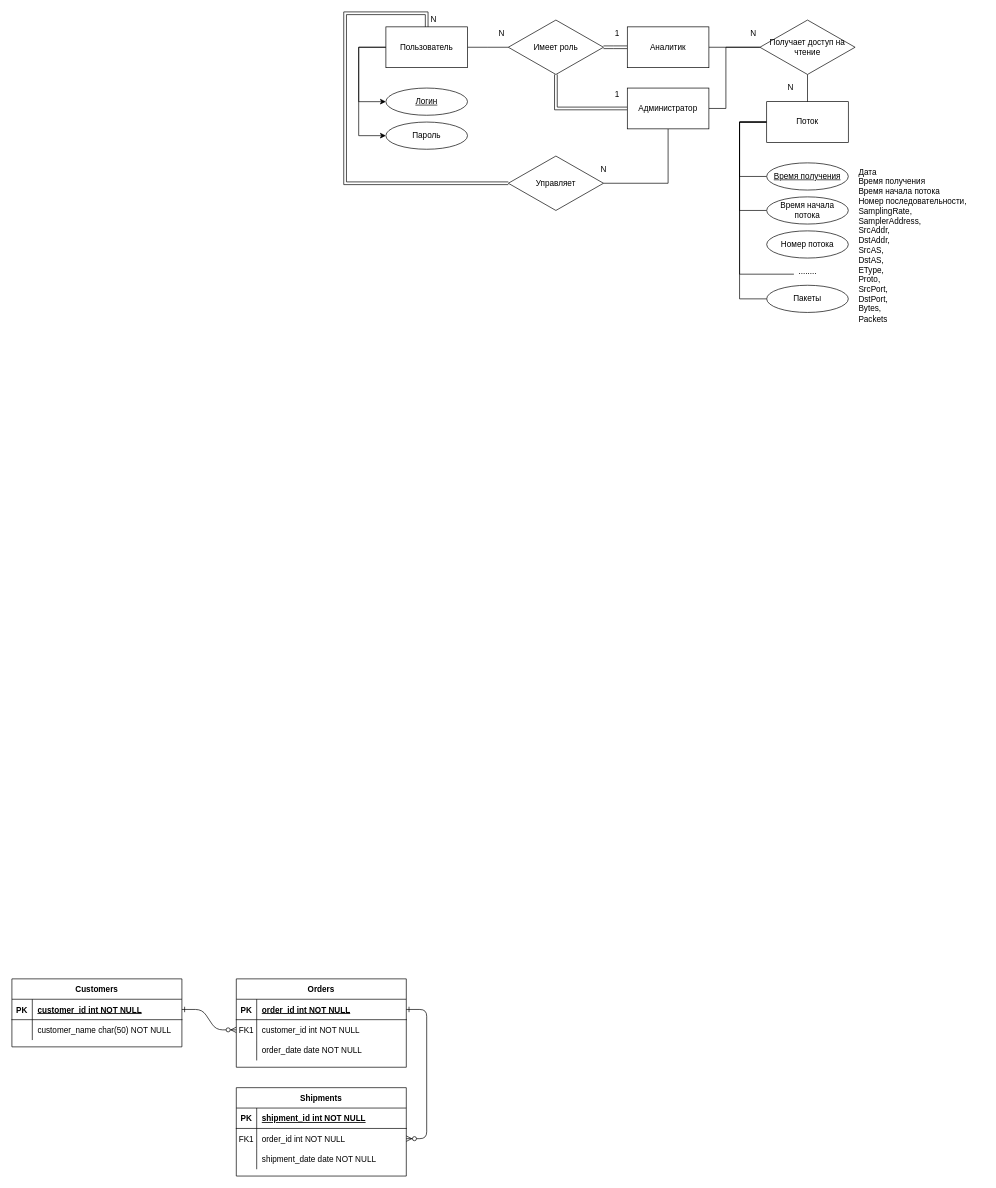
Earlier version of the draw.io diagram Report/images/ER-web.drawio (DeaLoic/bmstu-CDB). Source tidied: cells renumbered, new cells numbered last; positions are measured from the earlier drawing's top-left corner, leaving out a move shared by most shapes. Both pictures are drawn from the tidied source at 68%, with x=0, y=0 at pixel (12, 13).
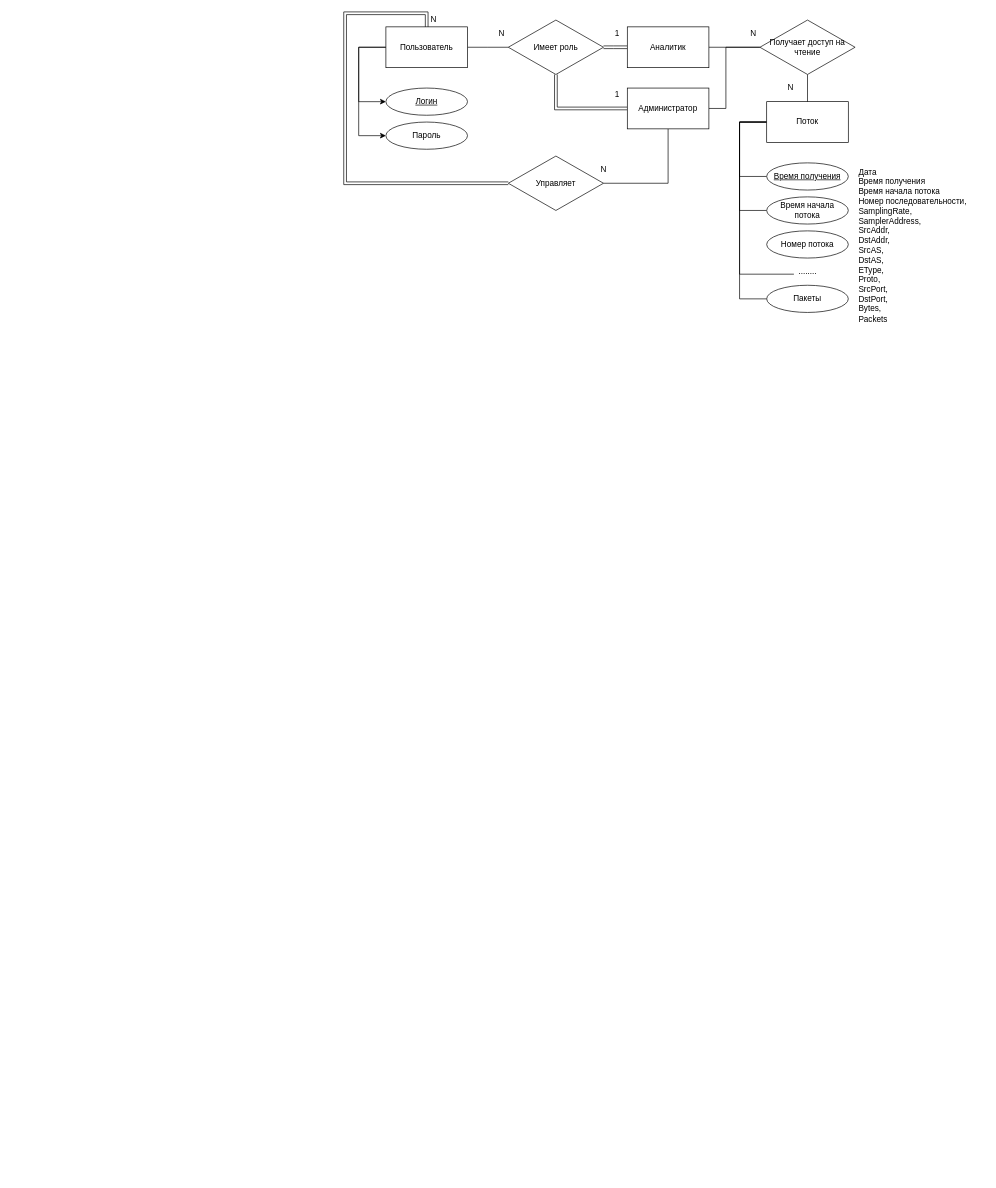
The same page after the edit.

Change to the diagram source:
```diff
@@
-    <mxCell id="2" style="edgeStyle=entityRelationEdgeStyle;endArrow=ERzeroToMany;startArrow=ERone;endFill=1;startFill=0;" parent="1" edge="1" source="25" target="8">
-      <mxGeometry relative="1" as="geometry" />
-    </mxCell>
-    <mxCell id="3" style="edgeStyle=entityRelationEdgeStyle;endArrow=ERzeroToMany;startArrow=ERone;endFill=1;startFill=0;" parent="1" edge="1" source="5" target="18">
-      <mxGeometry relative="1" as="geometry" />
-    </mxCell>
-    <mxCell id="4" value="Orders" style="shape=table;startSize=30;childLayout=tableLayout;rowLines=0;fontStyle=1;align=center;" parent="1" vertex="1">
-      <mxGeometry x="330" y="1420" width="250" height="130" as="geometry" />
-    </mxCell>
-    <mxCell id="5" style="shape=partialRectangle;fillColor=none;points=[[0,0.5],[1,0.5]];portConstraint=eastwest;top=0;left=0;right=0;bottom=1;" parent="4" vertex="1">
-      <mxGeometry y="30" width="250" height="30" as="geometry" />
-    </mxCell>
-    <mxCell id="6" value="PK" style="shape=partialRectangle;overflow=hidden;fillColor=none;top=0;left=0;bottom=0;right=0;fontStyle=1;" parent="5" vertex="1">
-      <mxGeometry width="30" height="30" as="geometry" />
-    </mxCell>
-    <mxCell id="7" value="order_id int NOT NULL " style="shape=partialRectangle;overflow=hidden;fillColor=none;top=0;left=0;bottom=0;right=0;align=left;spacingLeft=6;fontStyle=5;" parent="5" vertex="1">
-      <mxGeometry x="30" width="220" height="30" as="geometry" />
-    </mxCell>
-    <mxCell id="8" style="shape=partialRectangle;fillColor=none;points=[[0,0.5],[1,0.5]];portConstraint=eastwest;top=0;left=0;right=0;bottom=0;" parent="4" vertex="1">
-      <mxGeometry y="60" width="250" height="30" as="geometry" />
-    </mxCell>
-    <mxCell id="9" value="FK1" style="shape=partialRectangle;overflow=hidden;fillColor=none;top=0;left=0;bottom=0;right=0;" parent="8" vertex="1">
-      <mxGeometry width="30" height="30" as="geometry" />
-    </mxCell>
-    <mxCell id="10" value="customer_id int NOT NULL" style="shape=partialRectangle;overflow=hidden;fillColor=none;top=0;left=0;bottom=0;right=0;align=left;spacingLeft=6;" parent="8" vertex="1">
-      <mxGeometry x="30" width="220" height="30" as="geometry" />
-    </mxCell>
-    <mxCell id="11" style="shape=partialRectangle;fillColor=none;top=0;left=0;right=0;bottom=0;" parent="4" vertex="1">
-      <mxGeometry y="90" width="250" height="30" as="geometry" />
-    </mxCell>
-    <mxCell id="12" style="shape=partialRectangle;overflow=hidden;fillColor=none;top=0;left=0;bottom=0;right=0;" parent="11" vertex="1">
-      <mxGeometry width="30" height="30" as="geometry" />
-    </mxCell>
-    <mxCell id="13" value="order_date date NOT NULL" style="shape=partialRectangle;overflow=hidden;fillColor=none;top=0;left=0;bottom=0;right=0;align=left;spacingLeft=6;" parent="11" vertex="1">
-      <mxGeometry x="30" width="220" height="30" as="geometry" />
-    </mxCell>
-    <mxCell id="14" value="Shipments" style="shape=table;startSize=30;childLayout=tableLayout;rowLines=0;fontStyle=1;align=center;" parent="1" vertex="1">
-      <mxGeometry x="330" y="1580" width="250" height="130" as="geometry" />
-    </mxCell>
-    <mxCell id="15" style="shape=partialRectangle;fillColor=none;top=0;left=0;right=0;bottom=1;" parent="14" vertex="1">
-      <mxGeometry y="30" width="250" height="30" as="geometry" />
-    </mxCell>
-    <mxCell id="16" value="PK" style="shape=partialRectangle;overflow=hidden;fillColor=none;top=0;left=0;bottom=0;right=0;fontStyle=1;" parent="15" vertex="1">
-      <mxGeometry width="30" height="30" as="geometry" />
-    </mxCell>
-    <mxCell id="17" value="shipment_id int NOT NULL " style="shape=partialRectangle;overflow=hidden;fillColor=none;top=0;left=0;bottom=0;right=0;align=left;spacingLeft=6;fontStyle=5;" parent="15" vertex="1">
-      <mxGeometry x="30" width="220" height="30" as="geometry" />
-    </mxCell>
-    <mxCell id="18" style="shape=partialRectangle;fillColor=none;points=[[0,0.5],[1,0.5]];portConstraint=eastwest;top=0;left=0;right=0;bottom=0;" parent="14" vertex="1">
-      <mxGeometry y="60" width="250" height="30" as="geometry" />
-    </mxCell>
-    <mxCell id="19" value="FK1" style="shape=partialRectangle;overflow=hidden;fillColor=none;top=0;left=0;bottom=0;right=0;" parent="18" vertex="1">
-      <mxGeometry width="30" height="30" as="geometry" />
-    </mxCell>
-    <mxCell id="20" value="order_id int NOT NULL" style="shape=partialRectangle;overflow=hidden;fillColor=none;top=0;left=0;bottom=0;right=0;align=left;spacingLeft=6;" parent="18" vertex="1">
-      <mxGeometry x="30" width="220" height="30" as="geometry" />
-    </mxCell>
-    <mxCell id="21" style="shape=partialRectangle;fillColor=none;top=0;left=0;right=0;bottom=0;" parent="14" vertex="1">
-      <mxGeometry y="90" width="250" height="30" as="geometry" />
-    </mxCell>
-    <mxCell id="22" style="shape=partialRectangle;overflow=hidden;fillColor=none;top=0;left=0;bottom=0;right=0;" parent="21" vertex="1">
-      <mxGeometry width="30" height="30" as="geometry" />
-    </mxCell>
-    <mxCell id="23" value="shipment_date date NOT NULL" style="shape=partialRectangle;overflow=hidden;fillColor=none;top=0;left=0;bottom=0;right=0;align=left;spacingLeft=6;" parent="21" vertex="1">
-      <mxGeometry x="30" width="220" height="30" as="geometry" />
-    </mxCell>
-    <mxCell id="24" value="Customers" style="shape=table;startSize=30;childLayout=tableLayout;rowLines=0;fontStyle=1;align=center;" parent="1" vertex="1">
-      <mxGeometry y="1420" width="250" height="100" as="geometry" />
-    </mxCell>
-    <mxCell id="25" style="shape=partialRectangle;fillColor=none;points=[[0,0.5],[1,0.5]];portConstraint=eastwest;top=0;left=0;right=0;bottom=1;" parent="24" vertex="1">
-      <mxGeometry y="30" width="250" height="30" as="geometry" />
-    </mxCell>
-    <mxCell id="26" value="PK" style="shape=partialRectangle;overflow=hidden;fillColor=none;top=0;left=0;bottom=0;right=0;fontStyle=1;" parent="25" vertex="1">
-      <mxGeometry width="30" height="30" as="geometry" />
-    </mxCell>
-    <mxCell id="27" value="customer_id int NOT NULL " style="shape=partialRectangle;overflow=hidden;fillColor=none;top=0;left=0;bottom=0;right=0;align=left;spacingLeft=6;fontStyle=5;" parent="25" vertex="1">
-      <mxGeometry x="30" width="220" height="30" as="geometry" />
-    </mxCell>
-    <mxCell id="28" style="shape=partialRectangle;fillColor=none;top=0;left=0;right=0;bottom=0;" parent="24" vertex="1">
-      <mxGeometry y="60" width="250" height="30" as="geometry" />
-    </mxCell>
-    <mxCell id="29" style="shape=partialRectangle;overflow=hidden;fillColor=none;top=0;left=0;bottom=0;right=0;" parent="28" vertex="1">
-      <mxGeometry width="30" height="30" as="geometry" />
-    </mxCell>
-    <mxCell id="30" value="customer_name char(50) NOT NULL" style="shape=partialRectangle;overflow=hidden;fillColor=none;top=0;left=0;bottom=0;right=0;align=left;spacingLeft=6;" parent="28" vertex="1">
-      <mxGeometry x="30" width="220" height="30" as="geometry" />
-    </mxCell>
```
